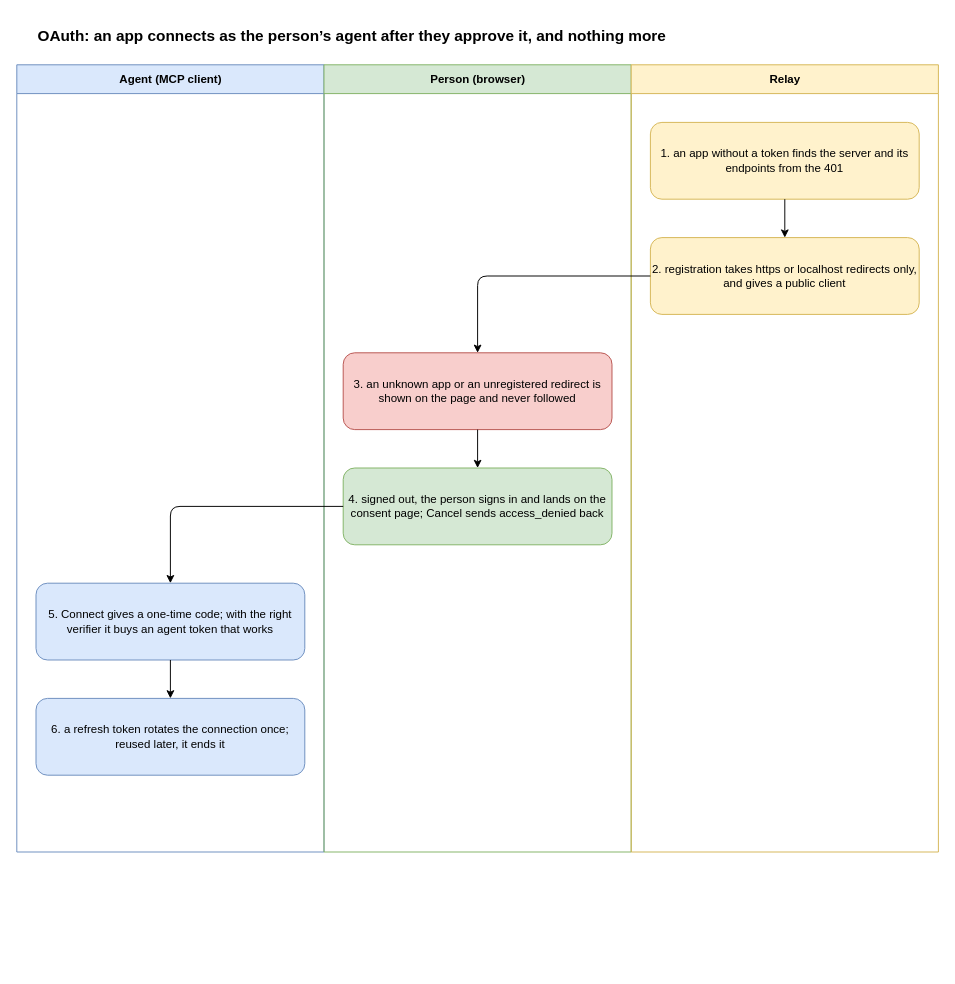
Before: docs/flows/oauth.drawio in gizemsoylutr/klatsch, a draw.io diagram. Source tidied: cells renumbered, new cells numbered last; positions are measured from the earlier drawing's top-left corner, leaving out a move shared by most shapes. Both pictures are drawn from the tidied source at 96%, with x=0, y=0 at pixel (16, 16).
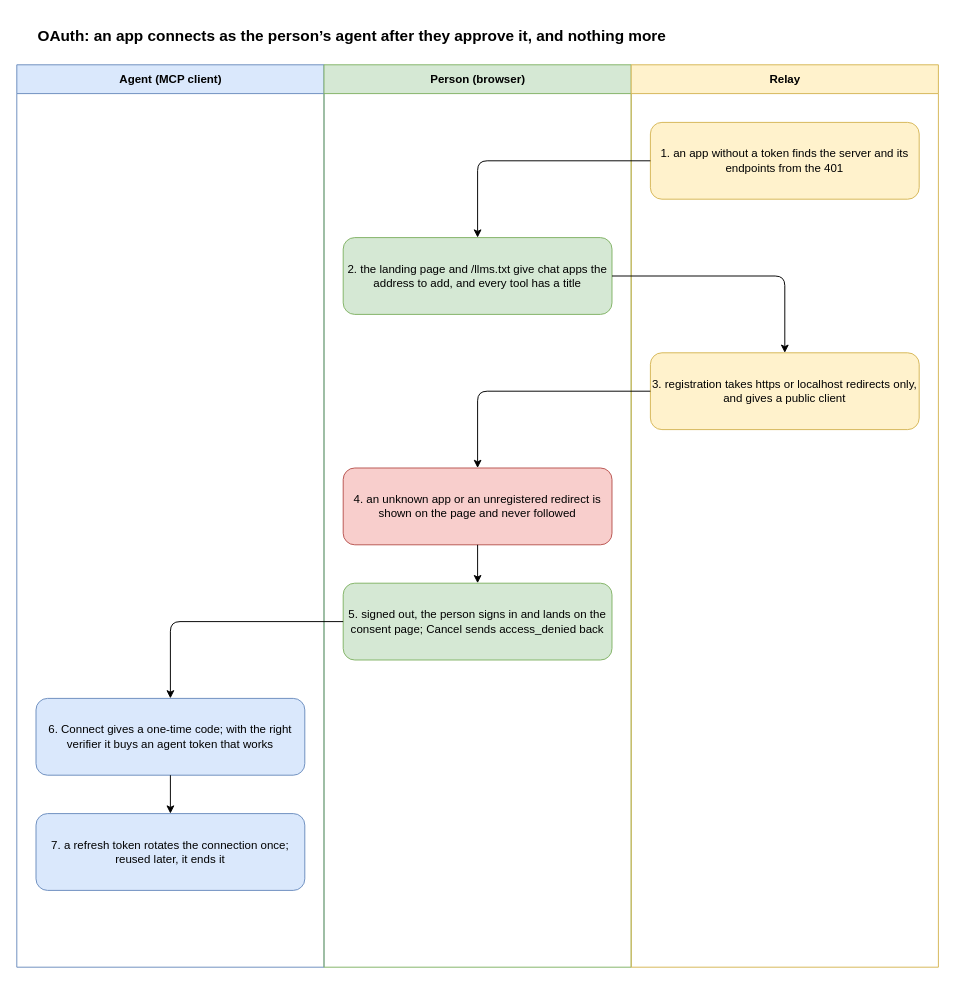
The same diagram, later.

Change to the diagram source:
```diff
@@
 <mxGraphModel>
   <root>
     <mxCell id="0" />
     <mxCell id="1" parent="0" />
     <mxCell id="2" value="OAuth: an app connects as the person’s agent after they approve it, and nothing more" style="text;html=1;fontSize=16;fontStyle=1;align=left;verticalAlign=middle;whiteSpace=wrap;" parent="1" vertex="1">
       <mxGeometry x="20" width="920" height="40" as="geometry" />
     </mxCell>
     <mxCell id="3" value="Agent (MCP client)" style="swimlane;html=1;startSize=30;fillColor=#dae8fc;strokeColor=#6c8ebf;swimlaneFillColor=none;" parent="1" vertex="1">
-      <mxGeometry y="50" width="320" height="820" as="geometry" />
+      <mxGeometry y="50" width="320" height="940" as="geometry" />
     </mxCell>
     <mxCell id="4" value="Person (browser)" style="swimlane;html=1;startSize=30;fillColor=#d5e8d4;strokeColor=#82b366;swimlaneFillColor=none;" parent="1" vertex="1">
-      <mxGeometry x="320" y="50" width="320" height="820" as="geometry" />
+      <mxGeometry x="320" y="50" width="320" height="940" as="geometry" />
     </mxCell>
     <mxCell id="5" value="Relay" style="swimlane;html=1;startSize=30;fillColor=#fff2cc;strokeColor=#d6b656;swimlaneFillColor=none;" parent="1" vertex="1">
-      <mxGeometry x="640" y="50" width="320" height="820" as="geometry" />
+      <mxGeometry x="640" y="50" width="320" height="940" as="geometry" />
     </mxCell>
     <mxCell id="6" value="1. an app without a token finds the server and its endpoints from the 401" style="rounded=1;whiteSpace=wrap;html=1;fillColor=#fff2cc;strokeColor=#d6b656;fontSize=12;" parent="1" vertex="1">
       <mxGeometry x="660" y="110" width="280" height="80" as="geometry" />
     </mxCell>
-    <mxCell id="7" value="2. registration takes https or localhost redirects only, and gives a public client" style="rounded=1;whiteSpace=wrap;html=1;fillColor=#fff2cc;strokeColor=#d6b656;fontSize=12;" parent="1" vertex="1">
-      <mxGeometry x="660" y="230" width="280" height="80" as="geometry" />
+    <mxCell id="7" value="2. the landing page and /llms.txt give chat apps the address to add, and every tool has a title" style="rounded=1;whiteSpace=wrap;html=1;fillColor=#d5e8d4;strokeColor=#82b366;fontSize=12;" parent="1" vertex="1">
+      <mxGeometry x="340" y="230" width="280" height="80" as="geometry" />
     </mxCell>
     <mxCell id="8" style="edgeStyle=orthogonalEdgeStyle;rounded=1;html=1;endArrow=classic;" parent="1" edge="1" source="6" target="7">
       <mxGeometry relative="1" as="geometry" />
     </mxCell>
-    <mxCell id="9" value="3. an unknown app or an unregistered redirect is shown on the page and never followed" style="rounded=1;whiteSpace=wrap;html=1;fillColor=#f8cecc;strokeColor=#b85450;fontSize=12;" parent="1" vertex="1">
-      <mxGeometry x="340" y="350" width="280" height="80" as="geometry" />
+    <mxCell id="9" value="3. registration takes https or localhost redirects only, and gives a public client" style="rounded=1;whiteSpace=wrap;html=1;fillColor=#fff2cc;strokeColor=#d6b656;fontSize=12;" parent="1" vertex="1">
+      <mxGeometry x="660" y="350" width="280" height="80" as="geometry" />
     </mxCell>
     <mxCell id="10" style="edgeStyle=orthogonalEdgeStyle;rounded=1;html=1;endArrow=classic;" parent="1" edge="1" source="7" target="9">
       <mxGeometry relative="1" as="geometry" />
     </mxCell>
-    <mxCell id="11" value="4. signed out, the person signs in and lands on the consent page; Cancel sends access_denied back" style="rounded=1;whiteSpace=wrap;html=1;fillColor=#d5e8d4;strokeColor=#82b366;fontSize=12;" parent="1" vertex="1">
+    <mxCell id="11" value="4. an unknown app or an unregistered redirect is shown on the page and never followed" style="rounded=1;whiteSpace=wrap;html=1;fillColor=#f8cecc;strokeColor=#b85450;fontSize=12;" parent="1" vertex="1">
       <mxGeometry x="340" y="470" width="280" height="80" as="geometry" />
     </mxCell>
     <mxCell id="12" style="edgeStyle=orthogonalEdgeStyle;rounded=1;html=1;endArrow=classic;" parent="1" edge="1" source="9" target="11">
       <mxGeometry relative="1" as="geometry" />
     </mxCell>
-    <mxCell id="13" value="5. Connect gives a one-time code; with the right verifier it buys an agent token that works" style="rounded=1;whiteSpace=wrap;html=1;fillColor=#dae8fc;strokeColor=#6c8ebf;fontSize=12;" parent="1" vertex="1">
-      <mxGeometry x="20" y="590" width="280" height="80" as="geometry" />
+    <mxCell id="13" value="5. signed out, the person signs in and lands on the consent page; Cancel sends access_denied back" style="rounded=1;whiteSpace=wrap;html=1;fillColor=#d5e8d4;strokeColor=#82b366;fontSize=12;" parent="1" vertex="1">
+      <mxGeometry x="340" y="590" width="280" height="80" as="geometry" />
     </mxCell>
     <mxCell id="14" style="edgeStyle=orthogonalEdgeStyle;rounded=1;html=1;endArrow=classic;" parent="1" edge="1" source="11" target="13">
       <mxGeometry relative="1" as="geometry" />
     </mxCell>
-    <mxCell id="15" value="6. a refresh token rotates the connection once; reused later, it ends it" style="rounded=1;whiteSpace=wrap;html=1;fillColor=#dae8fc;strokeColor=#6c8ebf;fontSize=12;" parent="1" vertex="1">
+    <mxCell id="15" value="6. Connect gives a one-time code; with the right verifier it buys an agent token that works" style="rounded=1;whiteSpace=wrap;html=1;fillColor=#dae8fc;strokeColor=#6c8ebf;fontSize=12;" parent="1" vertex="1">
       <mxGeometry x="20" y="710" width="280" height="80" as="geometry" />
     </mxCell>
     <mxCell id="16" style="edgeStyle=orthogonalEdgeStyle;rounded=1;html=1;endArrow=classic;" parent="1" edge="1" source="13" target="15">
       <mxGeometry relative="1" as="geometry" />
     </mxCell>
+    <mxCell id="17" value="7. a refresh token rotates the connection once; reused later, it ends it" style="rounded=1;whiteSpace=wrap;html=1;fillColor=#dae8fc;strokeColor=#6c8ebf;fontSize=12;" parent="1" vertex="1">
+      <mxGeometry x="20" y="830" width="280" height="80" as="geometry" />
+    </mxCell>
+    <mxCell id="18" style="edgeStyle=orthogonalEdgeStyle;rounded=1;html=1;endArrow=classic;" parent="1" edge="1" source="15" target="17">
+      <mxGeometry relative="1" as="geometry" />
+    </mxCell>
   </root>
 </mxGraphModel>
```
